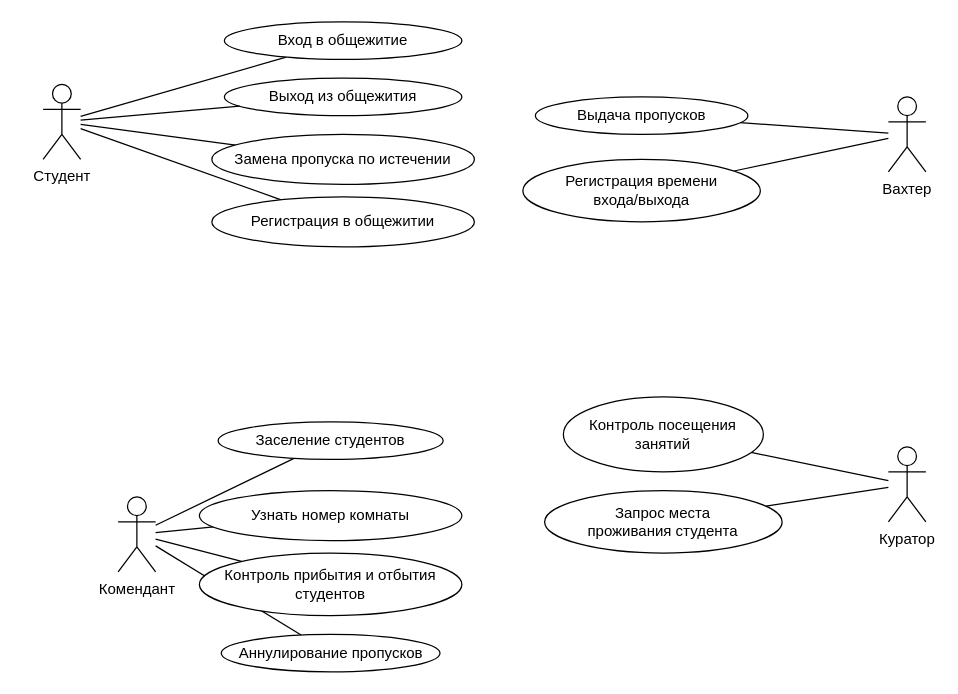
The draw.io diagram UseCase.drawio in jsfrau/Zamay, before the edit. Source tidied: cells renumbered, new cells numbered last; positions are measured from the earlier drawing's top-left corner, leaving out a move shared by most shapes. Both pictures are drawn from the tidied source at 125%, with x=0, y=0 at pixel (42, 21).
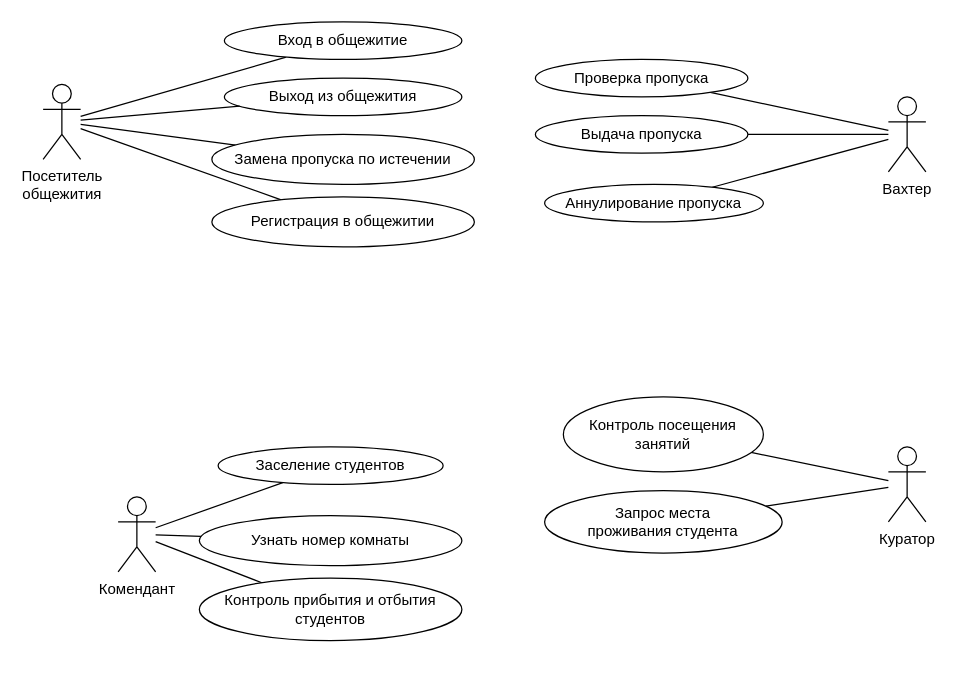
The same diagram, later.

The change refers to these unchanged cells:
```xml
<mxCell id="10" value="Комендант" style="shape=umlActor;verticalLabelPosition=bottom;verticalAlign=top;html=1;outlineConnect=0;labelBackgroundColor=none;shadow=0;" parent="1" vertex="1">
  <mxGeometry x="60" y="380" width="30" height="60" as="geometry" />
</mxCell>
<mxCell id="17" value="Вахтер" style="shape=umlActor;verticalLabelPosition=bottom;verticalAlign=top;html=1;outlineConnect=0;labelBackgroundColor=none;" parent="1" vertex="1">
  <mxGeometry x="676.2" y="60" width="30" height="60" as="geometry" />
</mxCell>
```

What changed in the source:
```diff
@@
-    <mxCell id="9" style="edgeStyle=none;jettySize=auto;html=1;endArrow=none;" parent="1" edge="1" source="10" target="13">
+    <mxCell id="9" style="edgeStyle=none;jettySize=auto;html=1;endArrow=none;" parent="1" edge="1" source="17" target="13">
       <mxGeometry relative="1" as="geometry" />
     </mxCell>
@@
     <mxCell id="11" value="Узнать номер комнаты" style="ellipse;whiteSpace=wrap;html=1;labelBackgroundColor=none;" parent="1" vertex="1">
-      <mxGeometry x="125" y="375" width="210" height="40" as="geometry" />
+      <mxGeometry x="125" y="395" width="210" height="40" as="geometry" />
     </mxCell>
     <mxCell id="12" value="Контроль прибытия и отбытия студентов" style="ellipse;whiteSpace=wrap;html=1;labelBackgroundColor=none;" parent="1" vertex="1">
-      <mxGeometry x="125" y="425" width="210" height="50" as="geometry" />
+      <mxGeometry x="125" y="445" width="210" height="50" as="geometry" />
     </mxCell>
-    <mxCell id="13" value="Аннулирование пропусков" style="ellipse;whiteSpace=wrap;html=1;labelBackgroundColor=none;" parent="1" vertex="1">
-      <mxGeometry x="142.5" y="490" width="175" height="30" as="geometry" />
+    <mxCell id="13" value="Аннулирование пропуска" style="ellipse;whiteSpace=wrap;html=1;labelBackgroundColor=none;" parent="1" vertex="1">
+      <mxGeometry x="401.2" y="130" width="175" height="30" as="geometry" />
     </mxCell>
@@
-    <mxCell id="15" style="edgeStyle=none;jettySize=auto;html=1;endArrow=none;" parent="1" edge="1" source="17" target="19">
-      <mxGeometry relative="1" as="geometry" />
-    </mxCell>
@@
-    <mxCell id="18" value="Выдача пропусков" style="ellipse;whiteSpace=wrap;html=1;labelBackgroundColor=none;" parent="1" vertex="1">
-      <mxGeometry x="393.8" y="60" width="170" height="30" as="geometry" />
+    <mxCell id="18" value="Выдача пропуска" style="ellipse;whiteSpace=wrap;html=1;labelBackgroundColor=none;" parent="1" vertex="1">
+      <mxGeometry x="393.8" y="75" width="170" height="30" as="geometry" />
     </mxCell>
-    <mxCell id="19" value="Регистрация времени&lt;br&gt;входа/выхода" style="ellipse;whiteSpace=wrap;html=1;labelBackgroundColor=none;" parent="1" vertex="1">
-      <mxGeometry x="383.8" y="110" width="190" height="50" as="geometry" />
-    </mxCell>
@@
-    <mxCell id="26" value="&lt;div&gt;Студент&lt;/div&gt;" style="shape=umlActor;verticalLabelPosition=bottom;verticalAlign=top;html=1;outlineConnect=0;shadow=0;" parent="1" vertex="1">
+    <mxCell id="26" value="&lt;div&gt;Посетитель&lt;br&gt;общежития&lt;/div&gt;" style="shape=umlActor;verticalLabelPosition=bottom;verticalAlign=top;html=1;outlineConnect=0;shadow=0;" parent="1" vertex="1">
       <mxGeometry y="50" width="30" height="60" as="geometry" />
     </mxCell>
@@
     <mxCell id="28" value="Заселение студентов" style="ellipse;whiteSpace=wrap;html=1;labelBackgroundColor=none;" parent="1" vertex="1">
-      <mxGeometry x="140" y="320" width="180" height="30" as="geometry" />
+      <mxGeometry x="140" y="340" width="180" height="30" as="geometry" />
     </mxCell>
@@
+    <mxCell id="30" style="rounded=0;jettySize=auto;html=1;endArrow=none;endFill=0;" parent="1" edge="1" source="31" target="17">
+      <mxGeometry relative="1" as="geometry" />
+    </mxCell>
+    <mxCell id="31" value="Проверка пропуска" style="ellipse;whiteSpace=wrap;html=1;labelBackgroundColor=none;" parent="1" vertex="1">
+      <mxGeometry x="393.8" y="30" width="170" height="30" as="geometry" />
+    </mxCell>
```
